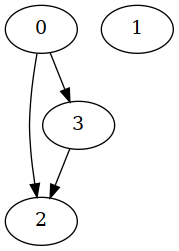
Before: routing_graph.png, a diagram exported from Graphviz (XushengLuo92/Hierarchical-LTL). Its source is kept beside it as routing_graph.dot.
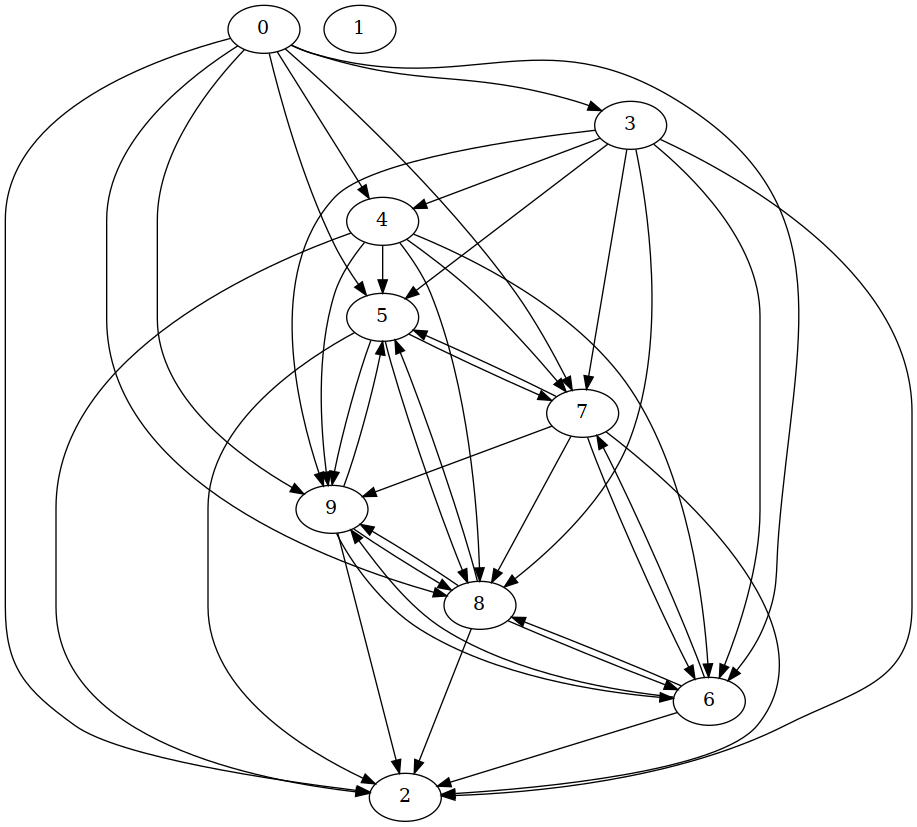
After the change.

Commit message:
fix start task execution time

Diff of the diagram source:
```diff
@@ -1,10 +1,55 @@
 strict digraph "" {
 	graph [type=routing_graph];
 	0	[location_type_component_task_element="['r1', 1, 1, -1]"];
-	2	[location_type_component_task_element="['l1', 1, 1, 'l0', 2]"];
+	2	[location_type_component_task_element="['l7', 1, 1, 'l0', 3]"];
 	0 -> 2	[weight=10];
 	3	[location_type_component_task_element="['l2', 1, 1, 'l100', 1]"];
 	0 -> 3	[weight=10];
+	4	[location_type_component_task_element="['l4', 1, 1, 'l100', 2]"];
+	0 -> 4	[weight=10];
+	5	[location_type_component_task_element="['l5', 1, 1, 'l200', 8]"];
+	0 -> 5	[weight=10];
+	6	[location_type_component_task_element="['l1', 1, 1, 'l200', 8]"];
+	0 -> 6	[weight=10];
+	7	[location_type_component_task_element="['l3', 1, 1, 'l200', 3]"];
+	0 -> 7	[weight=10];
+	8	[location_type_component_task_element="['l6', 1, 1, 'l200', 5]"];
+	0 -> 8	[weight=10];
+	9	[location_type_component_task_element="['l3', 1, 1, 'l200', 6]"];
+	0 -> 9	[weight=10];
 	1	[location_type_component_task_element="['r2', 2, 1, -1]"];
 	3 -> 2	[weight=10];
+	3 -> 4	[weight=1];
+	3 -> 5	[weight=10];
+	3 -> 6	[weight=10];
+	3 -> 7	[weight=10];
+	3 -> 8	[weight=10];
+	3 -> 9	[weight=10];
+	4 -> 2	[weight=10];
+	4 -> 5	[weight=10];
+	4 -> 6	[weight=10];
+	4 -> 7	[weight=10];
+	4 -> 8	[weight=10];
+	4 -> 9	[weight=10];
+	5 -> 2	[weight=10];
+	5 -> 7	[weight=1];
+	5 -> 8	[weight=1];
+	5 -> 9	[weight=1];
+	6 -> 2	[weight=10];
+	6 -> 7	[weight=1];
+	6 -> 8	[weight=1];
+	6 -> 9	[weight=1];
+	7 -> 2	[weight=10];
+	7 -> 5	[weight=1];
+	7 -> 6	[weight=1];
+	7 -> 8	[weight=1];
+	7 -> 9	[weight=1];
+	8 -> 2	[weight=10];
+	8 -> 5	[weight=1];
+	8 -> 6	[weight=1];
+	8 -> 9	[weight=1];
+	9 -> 2	[weight=10];
+	9 -> 5	[weight=1];
+	9 -> 6	[weight=1];
+	9 -> 8	[weight=1];
 }
```
